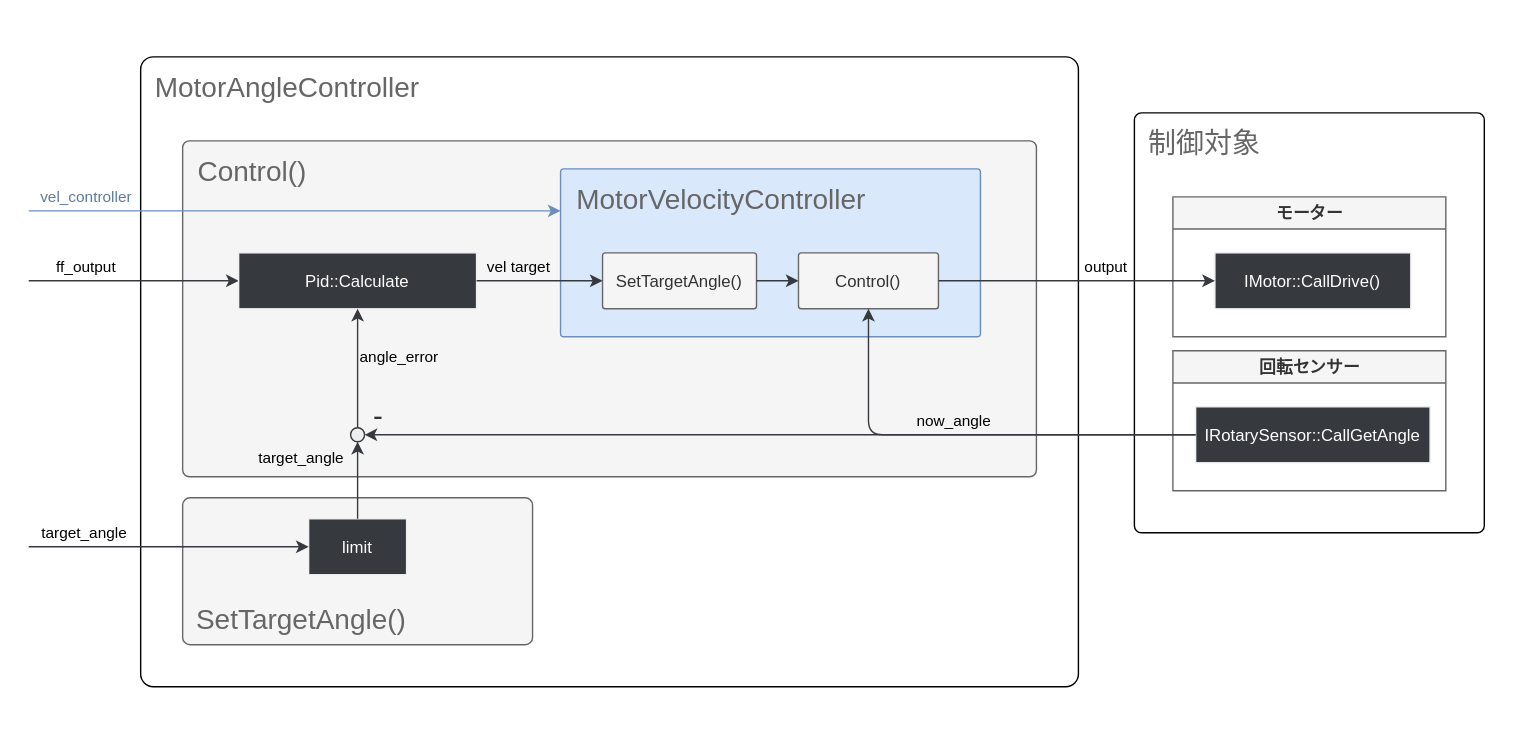
The draw.io diagram docs/motor_angle_velocity_controller.drawio.svg in shinshu-alps/alps_docs, before a commit. Source tidied: cells renumbered, new cells last; positions are measured from the earlier drawing's top-left corner, leaving out a move shared by most shapes. Source of this version:
```xml
<mxGraphModel background="#ffffff">
  <root>
    <mxCell id="0" />
    <mxCell id="1" parent="0" />
    <mxCell id="2" style="rounded=0;whiteSpace=wrap;html=1;strokeColor=none;fontSize=8;fontColor=#B07F00;fillColor=#FFFFFF;" parent="1" vertex="1">
      <mxGeometry width="1080" height="530" as="geometry" />
    </mxCell>
    <mxCell id="3" style="rounded=1;arcSize=2;" parent="1" vertex="1">
      <mxGeometry x="810" y="80" width="250" height="300" as="geometry" />
    </mxCell>
    <mxCell id="4" style="rounded=1;arcSize=2;" parent="1" vertex="1">
      <mxGeometry x="100" y="40" width="670" height="450" as="geometry" />
    </mxCell>
    <mxCell id="5" style="rounded=1;strokeColor=#666666;fillColor=#f5f5f5;arcSize=2;fontColor=#333333;" parent="1" vertex="1">
      <mxGeometry x="130" y="100" width="610" height="240" as="geometry" />
    </mxCell>
    <mxCell id="6" value="ff_output" style="endArrow=classic;fillColor=#eeeeee;strokeColor=#36393D;entryX=0;entryY=0.5;entryDx=0;entryDy=0;labelBackgroundColor=none;" parent="1" edge="1" target="8">
      <mxGeometry x="-0.45" y="10" relative="1" as="geometry">
        <mxPoint x="20" y="200" as="sourcePoint" />
      </mxGeometry>
    </mxCell>
    <mxCell id="7" value="MotorAngleController" style="text;align=center;verticalAlign=middle;fillColor=none;fontColor=#666666;strokeColor=none;fontSize=20;" parent="1" vertex="1">
      <mxGeometry x="100" y="40" width="210" height="40" as="geometry" />
    </mxCell>
    <mxCell id="8" value="Pid::Calculate" style="rounded=0;fillColor=#36393D;fontColor=#FFFFFF;strokeColor=#F0F0F0;strokeWidth=1;" parent="1" vertex="1">
      <mxGeometry x="170" y="180" width="170" height="40" as="geometry" />
    </mxCell>
    <mxCell id="9" value="モーター" style="swimlane;whiteSpace=wrap;html=1;fillColor=#f5f5f5;fontColor=#333333;strokeColor=#666666;" parent="1" vertex="1">
      <mxGeometry x="837.5" y="140" width="195" height="100" as="geometry" />
    </mxCell>
    <mxCell id="10" value="IMotor::CallDrive()" style="rounded=0;fillColor=#36393D;fontColor=#FFFFFF;strokeColor=#F0F0F0;strokeWidth=1;" parent="9" vertex="1">
      <mxGeometry x="30" y="40" width="140" height="40" as="geometry" />
    </mxCell>
    <mxCell id="11" value="回転センサー" style="swimlane;whiteSpace=wrap;html=1;fillColor=#f5f5f5;fontColor=#333333;strokeColor=#666666;" parent="1" vertex="1">
      <mxGeometry x="837.5" y="250" width="195" height="100" as="geometry" />
    </mxCell>
    <mxCell id="12" value="IRotarySensor::CallGetAngle" style="rounded=0;fillColor=#36393D;fontColor=#FFFFFF;strokeColor=#F0F0F0;strokeWidth=1;" parent="11" vertex="1">
      <mxGeometry x="16.2" y="40" width="167.5" height="40" as="geometry" />
    </mxCell>
    <mxCell id="13" value="now_angle" style="edgeStyle=none;exitX=0;exitY=0.5;exitDx=0;exitDy=0;endArrow=classic;endFill=1;fillColor=#eeeeee;strokeColor=#36393d;entryX=1;entryY=0.5;entryDx=0;entryDy=0;labelBackgroundColor=none;" parent="1" edge="1" source="12" target="16">
      <mxGeometry x="-0.42" y="-10" relative="1" as="geometry" />
    </mxCell>
    <mxCell id="14" value="制御対象" style="text;align=center;verticalAlign=middle;fillColor=none;fontColor=#666666;strokeColor=none;fontSize=20;" parent="1" vertex="1">
      <mxGeometry x="810" y="80" width="100" height="40" as="geometry" />
    </mxCell>
    <mxCell id="15" value="-" style="text;align=center;verticalAlign=middle;fillColor=none;fontColor=#333333;strokeColor=none;fontSize=21;" parent="1" vertex="1">
      <mxGeometry x="255" y="275" width="30" height="40" as="geometry" />
    </mxCell>
    <mxCell id="16" style="ellipse;fillColor=#eeeeee;strokeColor=#36393d;" parent="1" vertex="1">
      <mxGeometry x="250" y="305" width="10" height="10" as="geometry" />
    </mxCell>
    <mxCell id="17" value="Control()" style="text;align=center;verticalAlign=middle;fillColor=none;fontColor=#666666;strokeColor=none;fontSize=20;" parent="1" vertex="1">
      <mxGeometry x="130" y="100" width="100" height="40" as="geometry" />
    </mxCell>
    <mxCell id="18" style="rounded=1;strokeColor=#666666;fillColor=#f5f5f5;arcSize=5;fontColor=#333333;" parent="1" vertex="1">
      <mxGeometry x="130" y="355" width="250" height="105" as="geometry" />
    </mxCell>
    <mxCell id="19" value="SetTargetAngle()" style="text;align=center;verticalAlign=middle;fillColor=none;fontColor=#666666;strokeColor=none;fontSize=20;" parent="1" vertex="1">
      <mxGeometry x="130" y="420" width="170" height="40" as="geometry" />
    </mxCell>
    <mxCell id="20" value="angle_error" style="edgeStyle=none;exitX=0.5;exitY=0;exitDx=0;exitDy=0;entryX=0.5;entryY=1;entryDx=0;entryDy=0;strokeColor=#36393D;endArrow=classic;endFill=1;labelBackgroundColor=none;" parent="1" edge="1" source="16" target="8">
      <mxGeometry x="0.2" y="-30" relative="1" as="geometry" />
    </mxCell>
    <mxCell id="21" value="limit" style="rounded=0;fillColor=#36393D;fontColor=#FFFFFF;strokeColor=#F0F0F0;strokeWidth=1;" parent="1" vertex="1">
      <mxGeometry x="220" y="370" width="70" height="40" as="geometry" />
    </mxCell>
    <mxCell id="22" value="target_angle" style="endArrow=classic;fillColor=#eeeeee;strokeColor=#36393D;entryX=0;entryY=0.5;entryDx=0;entryDy=0;fontColor=default;labelBackgroundColor=none;" parent="1" edge="1" target="21">
      <mxGeometry x="-0.6" y="10" relative="1" as="geometry">
        <mxPoint x="20" y="390" as="sourcePoint" />
      </mxGeometry>
    </mxCell>
    <mxCell id="23" value="target_angle" style="endArrow=classic;fillColor=#eeeeee;strokeColor=#36393D;entryX=0.5;entryY=1;entryDx=0;entryDy=0;exitX=0.5;exitY=0;exitDx=0;exitDy=0;fontColor=default;labelBackgroundColor=none;" parent="1" edge="1" source="21" target="16">
      <mxGeometry x="0.6" y="40" relative="1" as="geometry" />
    </mxCell>
    <mxCell id="24" style="rounded=1;arcSize=2;fillColor=#dae8fc;strokeColor=#6c8ebf;" parent="1" vertex="1">
      <mxGeometry x="400" y="120" width="300" height="120" as="geometry" />
    </mxCell>
    <mxCell id="25" value="MotorVelocityController" style="text;align=center;verticalAlign=middle;fillColor=none;fontColor=#666666;strokeColor=none;fontSize=20;" parent="1" vertex="1">
      <mxGeometry x="400" y="120" width="230" height="40" as="geometry" />
    </mxCell>
    <mxCell id="26" value="SetTargetAngle()" style="rounded=1;strokeColor=#666666;fillColor=#f5f5f5;arcSize=5;fontColor=#333333;" parent="1" vertex="1">
      <mxGeometry x="430" y="180" width="110" height="40" as="geometry" />
    </mxCell>
    <mxCell id="27" value="Control()" style="rounded=1;strokeColor=#666666;fillColor=#f5f5f5;arcSize=5;fontColor=#333333;" parent="1" vertex="1">
      <mxGeometry x="570" y="180" width="100" height="40" as="geometry" />
    </mxCell>
    <mxCell id="28" value="vel target" style="edgeStyle=none;exitX=1;exitY=0.5;exitDx=0;exitDy=0;entryX=0;entryY=0.5;entryDx=0;entryDy=0;strokeColor=#36393D;endArrow=classic;endFill=1;labelBackgroundColor=none;" parent="1" edge="1" source="8" target="26">
      <mxGeometry x="-0.33" y="10" relative="1" as="geometry" />
    </mxCell>
    <mxCell id="29" value="output" style="edgeStyle=none;exitX=1;exitY=0.5;exitDx=0;exitDy=0;entryX=0;entryY=0.5;entryDx=0;entryDy=0;strokeColor=#36393D;endArrow=classic;endFill=1;labelBackgroundColor=none;" parent="1" edge="1" source="27" target="10">
      <mxGeometry x="0.22" y="10" relative="1" as="geometry" />
    </mxCell>
    <mxCell id="30" style="edgeStyle=none;exitX=1;exitY=0.5;exitDx=0;exitDy=0;entryX=0;entryY=0.5;entryDx=0;entryDy=0;strokeColor=#36393D;endArrow=classic;endFill=1;labelBackgroundColor=none;" parent="1" edge="1" source="26" target="27">
      <mxGeometry x="0.04" y="10" relative="1" as="geometry" />
    </mxCell>
    <mxCell id="31" value="vel_controller" style="edgeStyle=none;exitX=1;exitY=0.5;exitDx=0;exitDy=0;entryX=0;entryY=0.25;entryDx=0;entryDy=0;strokeColor=#6c8ebf;endArrow=classic;endFill=1;labelBackgroundColor=none;fillColor=#dae8fc;fontColor=#5D7C9C;" parent="1" edge="1" target="24">
      <mxGeometry x="-0.78" y="10" relative="1" as="geometry">
        <mxPoint x="20" y="150" as="sourcePoint" />
      </mxGeometry>
    </mxCell>
    <mxCell id="32" style="edgeStyle=none;exitX=0;exitY=0.5;exitDx=0;exitDy=0;endArrow=classic;endFill=1;fillColor=#eeeeee;strokeColor=#36393d;entryX=0.5;entryY=1;entryDx=0;entryDy=0;labelBackgroundColor=none;" parent="1" edge="1" source="12" target="27">
      <mxGeometry x="-0.42" y="-10" relative="1" as="geometry">
        <Array as="points">
          <mxPoint x="620" y="310" />
        </Array>
      </mxGeometry>
    </mxCell>
  </root>
</mxGraphModel>
```
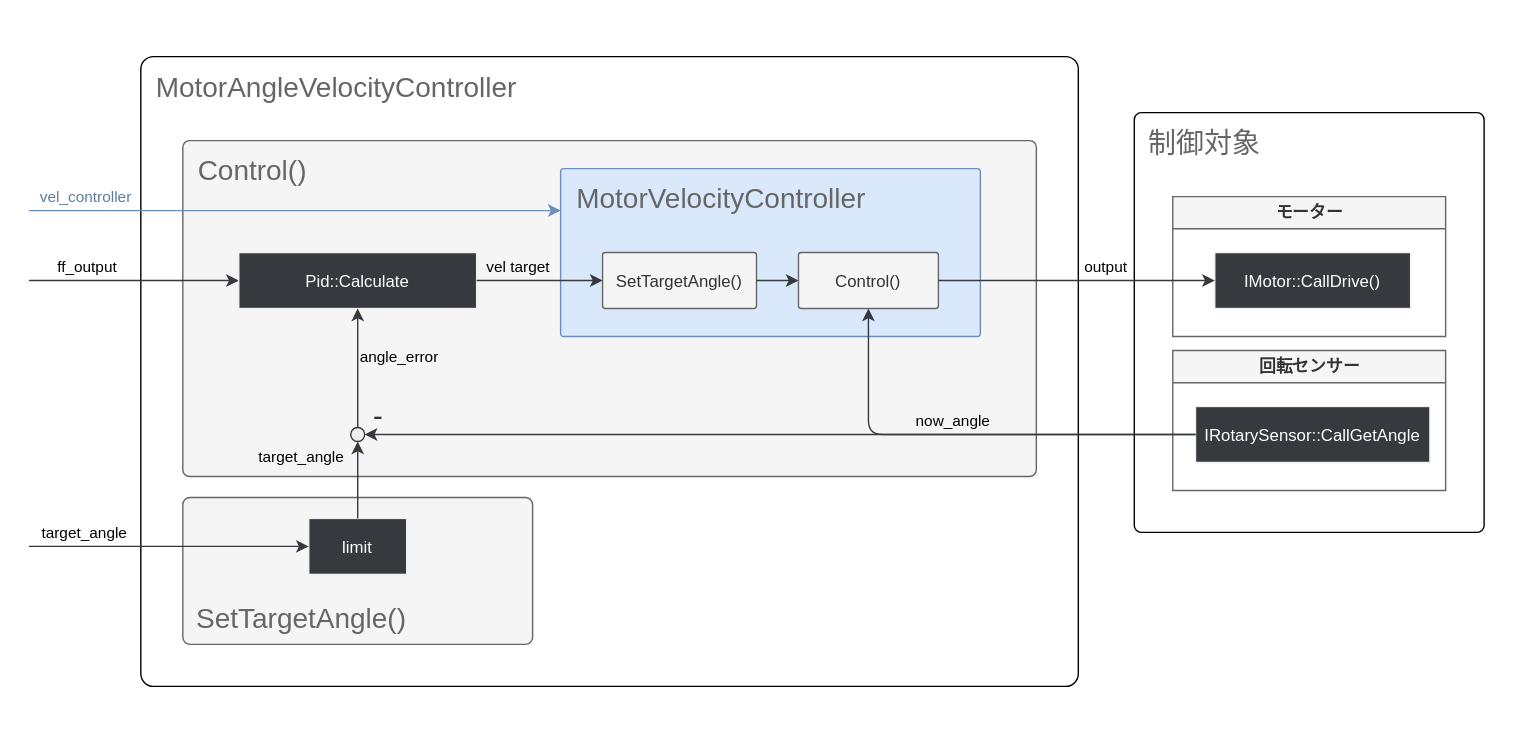
Later version of the same file.

Commit message:
ドキュメントが自動生成されました

Diff of the diagram source:
```diff
@@ -19,8 +19,8 @@
         <mxPoint x="20" y="200" as="sourcePoint" />
       </mxGeometry>
     </mxCell>
-    <mxCell id="7" value="MotorAngleController" style="text;align=center;verticalAlign=middle;fillColor=none;fontColor=#666666;strokeColor=none;fontSize=20;" parent="1" vertex="1">
-      <mxGeometry x="100" y="40" width="210" height="40" as="geometry" />
+    <mxCell id="7" value="MotorAngleVelocityController" style="text;align=center;verticalAlign=middle;fillColor=none;fontColor=#666666;strokeColor=none;fontSize=20;" parent="1" vertex="1">
+      <mxGeometry x="100" y="40" width="280" height="40" as="geometry" />
     </mxCell>
     <mxCell id="8" value="Pid::Calculate" style="rounded=0;fillColor=#36393D;fontColor=#FFFFFF;strokeColor=#F0F0F0;strokeWidth=1;" parent="1" vertex="1">
       <mxGeometry x="170" y="180" width="170" height="40" as="geometry" />
```
